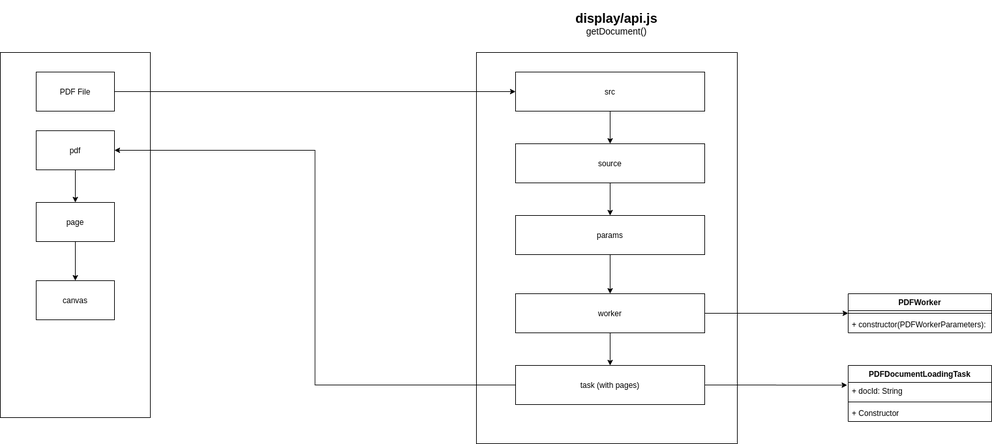
This is doc/deliverable1/CSCD01_HighLevelDiagram.png from CSCD01/team_22-project, a draw.io export, as it was before one commit. Source tidied: cells renumbered, new cells last; positions are measured from the earlier drawing's top-left corner, leaving out a move shared by most shapes.
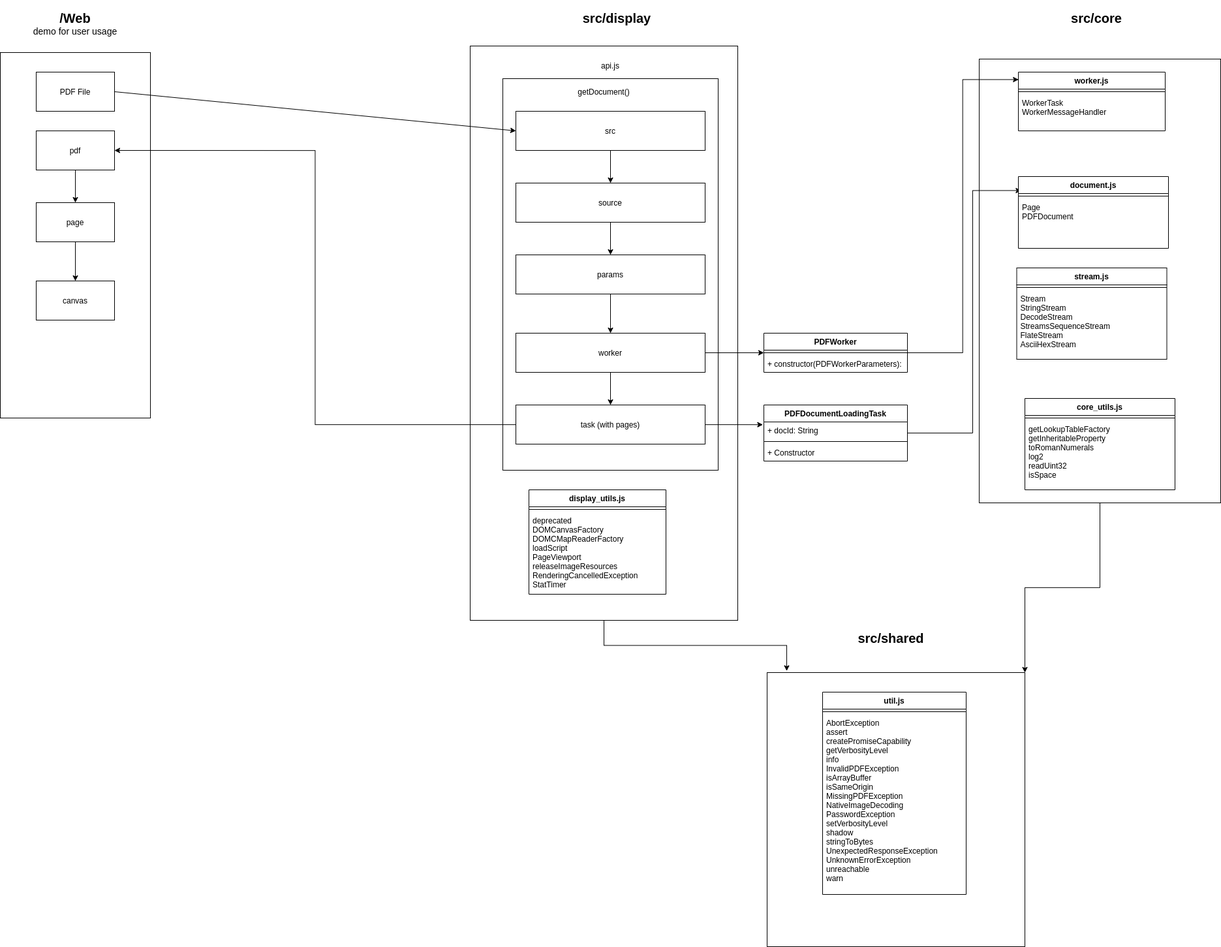
After the change.

Commit message:
update high level diagram

Diff of the diagram source:
```diff
@@ -8,8 +8,11 @@
     <mxCell id="3" value="PDF File" style="rounded=0;whiteSpace=wrap;html=1;" parent="1" vertex="1">
       <mxGeometry x="55" y="110" width="120" height="60" as="geometry" />
     </mxCell>
+    <mxCell id="31" style="edgeStyle=elbowEdgeStyle;rounded=0;jettySize=auto;html=1;elbow=vertical;entryX=0.076;entryY=-0.006;entryDx=0;entryDy=0;entryPerimeter=0;" parent="1" edge="1" source="4" target="38">
+      <mxGeometry relative="1" as="geometry" />
+    </mxCell>
-    <mxCell id="4" style="rounded=0;whiteSpace=wrap;html=1;" parent="1" vertex="1">
-      <mxGeometry x="730" y="80" width="400" height="600" as="geometry" />
+    <mxCell id="4" style="rounded=0;whiteSpace=wrap;html=1;shadow=0;glass=0;fillColor=none;" parent="1" vertex="1">
+      <mxGeometry x="720" y="70" width="410" height="880" as="geometry" />
     </mxCell>
     <mxCell id="5" style="endArrow=classic;html=1;exitX=1;exitY=0.5;exitDx=0;exitDy=0;entryX=0;entryY=0.5;entryDx=0;entryDy=0;" parent="1" edge="1" source="3" target="7">
       <mxGeometry relative="1" as="geometry" />
@@ -18,22 +21,22 @@
       <mxGeometry relative="1" as="geometry" />
     </mxCell>
     <mxCell id="7" value="src" style="rounded=0;whiteSpace=wrap;html=1;" parent="1" vertex="1">
-      <mxGeometry x="790" y="110" width="290" height="60" as="geometry" />
+      <mxGeometry x="790" y="170" width="290" height="60" as="geometry" />
     </mxCell>
-    <mxCell id="8" value="&lt;div&gt;&lt;font style=&quot;font-size: 20px&quot;&gt;&lt;b&gt;display/api.js&lt;/b&gt;&lt;br&gt;&lt;/font&gt;&lt;/div&gt;&lt;div style=&quot;font-size: 14px&quot;&gt;&lt;font style=&quot;font-size: 14px&quot;&gt;getDocument()&lt;br&gt;&lt;/font&gt;&lt;/div&gt;" style="text;html=1;strokeColor=none;fillColor=none;align=center;verticalAlign=middle;whiteSpace=wrap;rounded=0;" parent="1" vertex="1">
+    <mxCell id="8" value="&lt;div&gt;&lt;font style=&quot;font-size: 20px&quot;&gt;&lt;b&gt;src/display&lt;/b&gt;&lt;br&gt;&lt;/font&gt;&lt;/div&gt;&lt;div style=&quot;font-size: 14px&quot;&gt;&lt;font style=&quot;font-size: 14px&quot;&gt;&lt;br&gt;&lt;/font&gt;&lt;/div&gt;" style="text;html=1;strokeColor=none;fillColor=none;align=center;verticalAlign=middle;whiteSpace=wrap;rounded=0;" parent="1" vertex="1">
       <mxGeometry x="840" width="210" height="70" as="geometry" />
     </mxCell>
     <mxCell id="9" style="edgeStyle=orthogonalEdgeStyle;rounded=0;jettySize=auto;html=1;" parent="1" edge="1" source="10" target="12">
       <mxGeometry relative="1" as="geometry" />
     </mxCell>
     <mxCell id="10" value="source" style="rounded=0;whiteSpace=wrap;html=1;" parent="1" vertex="1">
-      <mxGeometry x="790" y="220" width="290" height="60" as="geometry" />
+      <mxGeometry x="790" y="280" width="290" height="60" as="geometry" />
     </mxCell>
     <mxCell id="11" style="edgeStyle=orthogonalEdgeStyle;rounded=0;jettySize=auto;html=1;entryX=0.5;entryY=0;entryDx=0;entryDy=0;" parent="1" edge="1" source="12" target="15">
       <mxGeometry relative="1" as="geometry" />
     </mxCell>
     <mxCell id="12" value="params" style="rounded=0;whiteSpace=wrap;html=1;" parent="1" vertex="1">
-      <mxGeometry x="790" y="330" width="290" height="60" as="geometry" />
+      <mxGeometry x="790" y="390" width="290" height="60" as="geometry" />
     </mxCell>
     <mxCell id="13" style="edgeStyle=orthogonalEdgeStyle;rounded=0;jettySize=auto;html=1;entryX=0.5;entryY=0;entryDx=0;entryDy=0;" parent="1" edge="1" source="15" target="18">
       <mxGeometry relative="1" as="geometry" />
@@ -42,7 +45,7 @@
       <mxGeometry relative="1" as="geometry" />
     </mxCell>
     <mxCell id="15" value="worker" style="rounded=0;whiteSpace=wrap;html=1;" parent="1" vertex="1">
-      <mxGeometry x="790" y="450" width="290" height="60" as="geometry" />
+      <mxGeometry x="790" y="510" width="290" height="60" as="geometry" />
     </mxCell>
     <mxCell id="16" style="edgeStyle=orthogonalEdgeStyle;rounded=0;jettySize=auto;html=1;entryX=1;entryY=0.5;entryDx=0;entryDy=0;" parent="1" edge="1" source="18" target="20">
       <mxGeometry relative="1" as="geometry" />
@@ -51,7 +54,7 @@
       <mxGeometry relative="1" as="geometry" />
     </mxCell>
     <mxCell id="18" value="task (with pages)" style="rounded=0;whiteSpace=wrap;html=1;" parent="1" vertex="1">
-      <mxGeometry x="790" y="560" width="290" height="60" as="geometry" />
+      <mxGeometry x="790" y="620" width="290" height="60" as="geometry" />
     </mxCell>
     <mxCell id="19" style="edgeStyle=orthogonalEdgeStyle;rounded=0;jettySize=auto;html=1;" parent="1" edge="1" source="20" target="22">
       <mxGeometry relative="1" as="geometry" />
@@ -68,8 +71,11 @@
     <mxCell id="23" value="canvas" style="rounded=0;whiteSpace=wrap;html=1;" parent="1" vertex="1">
       <mxGeometry x="55" y="430" width="120" height="60" as="geometry" />
     </mxCell>
+    <mxCell id="32" style="edgeStyle=elbowEdgeStyle;rounded=0;jettySize=auto;html=1;entryX=0.001;entryY=0.127;entryDx=0;entryDy=0;entryPerimeter=0;" parent="1" edge="1" source="24" target="52">
+      <mxGeometry relative="1" as="geometry" />
+    </mxCell>
     <mxCell id="24" value="PDFWorker" style="swimlane;fontStyle=1;align=center;verticalAlign=top;horizontal=1;startSize=26;" parent="1" vertex="1">
-      <mxGeometry x="1300" y="450" width="220" height="60" as="geometry" />
+      <mxGeometry x="1170" y="510" width="220" height="60" as="geometry" />
     </mxCell>
     <mxCell id="25" style="line;strokeWidth=1;fillColor=none;align=left;verticalAlign=middle;spacingTop=-1;spacingLeft=3;spacingRight=3;labelPosition=right;" parent="24" vertex="1">
       <mxGeometry y="26" width="220" height="8" as="geometry" />
@@ -77,8 +83,15 @@
     <mxCell id="26" value="+ constructor(PDFWorkerParameters): " style="text;strokeColor=none;fillColor=none;align=left;verticalAlign=top;spacingLeft=4;spacingRight=4;overflow=hidden;" parent="24" vertex="1">
       <mxGeometry y="34" width="220" height="26" as="geometry" />
     </mxCell>
+    <mxCell id="33" style="edgeStyle=elbowEdgeStyle;rounded=0;jettySize=auto;html=1;entryX=0.019;entryY=0.195;entryDx=0;entryDy=0;entryPerimeter=0;" parent="1" edge="1" source="27" target="49">
+      <mxGeometry relative="1" as="geometry">
+        <Array as="points">
+          <mxPoint x="1490" y="480" />
+        </Array>
+      </mxGeometry>
+    </mxCell>
     <mxCell id="27" value="PDFDocumentLoadingTask" style="swimlane;fontStyle=1;align=center;verticalAlign=top;horizontal=1;startSize=26;" parent="1" vertex="1">
-      <mxGeometry x="1300" y="560" width="220" height="86" as="geometry" />
+      <mxGeometry x="1170" y="620" width="220" height="86" as="geometry" />
     </mxCell>
     <mxCell id="28" value="+ docId: String" style="text;strokeColor=none;fillColor=none;align=left;verticalAlign=top;spacingLeft=4;spacingRight=4;overflow=hidden;points=[[0,0.5],[1,0.5]];portConstraint=eastwest;" parent="27" vertex="1">
       <mxGeometry y="26" width="220" height="26" as="geometry" />
@@ -89,5 +102,86 @@
     <mxCell id="30" value="+ Constructor" style="text;strokeColor=none;fillColor=none;align=left;verticalAlign=top;spacingLeft=4;spacingRight=4;overflow=hidden;" parent="27" vertex="1">
       <mxGeometry y="60" width="220" height="26" as="geometry" />
     </mxCell>
+    <mxCell id="34" value="&lt;div&gt;&lt;span style=&quot;font-size: 20px&quot;&gt;&lt;b&gt;/Web&lt;/b&gt;&lt;/span&gt;&lt;/div&gt;&lt;div&gt;&lt;font style=&quot;font-size: 14px&quot;&gt;demo for user usage&lt;/font&gt;&lt;/div&gt;" style="text;html=1;strokeColor=none;fillColor=none;align=center;verticalAlign=middle;whiteSpace=wrap;rounded=0;" parent="1" vertex="1">
+      <mxGeometry x="10" width="210" height="70" as="geometry" />
+    </mxCell>
+    <mxCell id="35" style="edgeStyle=elbowEdgeStyle;rounded=0;jettySize=auto;elbow=vertical;html=1;entryX=1;entryY=0;entryDx=0;entryDy=0;" parent="1" edge="1" source="36" target="38">
+      <mxGeometry relative="1" as="geometry" />
+    </mxCell>
+    <mxCell id="36" style="rounded=0;whiteSpace=wrap;html=1;fillColor=none;" parent="1" vertex="1">
+      <mxGeometry x="1500" y="90" width="370" height="680" as="geometry" />
+    </mxCell>
+    <mxCell id="37" value="&lt;div&gt;&lt;font style=&quot;font-size: 20px&quot;&gt;&lt;b&gt;src/core&lt;/b&gt;&lt;br&gt;&lt;/font&gt;&lt;/div&gt;&lt;div style=&quot;font-size: 14px&quot;&gt;&lt;font style=&quot;font-size: 14px&quot;&gt;&lt;br&gt;&lt;/font&gt;&lt;/div&gt;" style="text;html=1;strokeColor=none;fillColor=none;align=center;verticalAlign=middle;whiteSpace=wrap;rounded=0;" parent="1" vertex="1">
+      <mxGeometry x="1575" width="210" height="70" as="geometry" />
+    </mxCell>
+    <mxCell id="38" style="rounded=0;whiteSpace=wrap;html=1;fontStyle=1;" parent="1" vertex="1">
+      <mxGeometry x="1175" y="1030" width="395" height="420" as="geometry" />
+    </mxCell>
+    <mxCell id="39" value="&lt;div&gt;&lt;font style=&quot;font-size: 20px&quot;&gt;&lt;b&gt;src/shared&lt;/b&gt;&lt;br&gt;&lt;/font&gt;&lt;/div&gt;&lt;div style=&quot;font-size: 14px&quot;&gt;&lt;font style=&quot;font-size: 14px&quot;&gt;&lt;br&gt;&lt;/font&gt;&lt;/div&gt;" style="text;html=1;strokeColor=none;fillColor=none;align=center;verticalAlign=middle;whiteSpace=wrap;rounded=0;" parent="1" vertex="1">
+      <mxGeometry x="1260" y="950" width="210" height="70" as="geometry" />
+    </mxCell>
+    <mxCell id="40" value="util.js" style="swimlane;fontStyle=1;align=center;verticalAlign=top;horizontal=1;startSize=26;" parent="1" vertex="1">
+      <mxGeometry x="1260" y="1060" width="220" height="310" as="geometry" />
+    </mxCell>
+    <mxCell id="41" style="line;strokeWidth=1;fillColor=none;align=left;verticalAlign=middle;spacingTop=-1;spacingLeft=3;spacingRight=3;labelPosition=right;" parent="40" vertex="1">
+      <mxGeometry y="26" width="220" height="8" as="geometry" />
+    </mxCell>
+    <mxCell id="42" value="AbortException&#10;assert&#10;createPromiseCapability&#10;getVerbosityLevel&#10;info&#10;InvalidPDFException&#10;isArrayBuffer&#10;isSameOrigin&#10;MissingPDFException&#10;NativeImageDecoding&#10;PasswordException&#10;setVerbosityLevel&#10;shadow&#10;stringToBytes&#10;UnexpectedResponseException&#10;UnknownErrorException&#10;unreachable&#10;warn" style="text;strokeColor=none;fillColor=none;align=left;verticalAlign=top;spacingLeft=4;spacingRight=4;overflow=hidden;" parent="40" vertex="1">
+      <mxGeometry y="34" width="220" height="276" as="geometry" />
+    </mxCell>
+    <mxCell id="43" value="display_utils.js" style="swimlane;fontStyle=1;align=center;verticalAlign=top;horizontal=1;startSize=26;" parent="1" vertex="1">
+      <mxGeometry x="810" y="750" width="210" height="160" as="geometry" />
+    </mxCell>
+    <mxCell id="44" style="line;strokeWidth=1;fillColor=none;align=left;verticalAlign=middle;spacingTop=-1;spacingLeft=3;spacingRight=3;labelPosition=right;" parent="43" vertex="1">
+      <mxGeometry y="26" width="210" height="8" as="geometry" />
+    </mxCell>
+    <mxCell id="45" value="deprecated&#10;DOMCanvasFactory&#10;DOMCMapReaderFactory&#10;loadScript&#10;PageViewport&#10;releaseImageResources&#10;RenderingCancelledException&#10;StatTimer" style="text;strokeColor=none;fillColor=none;align=left;verticalAlign=top;spacingLeft=4;spacingRight=4;overflow=hidden;" parent="43" vertex="1">
+      <mxGeometry y="34" width="210" height="126" as="geometry" />
+    </mxCell>
+    <mxCell id="46" style="rounded=0;whiteSpace=wrap;html=1;shadow=0;glass=0;fillColor=none;" parent="1" vertex="1">
+      <mxGeometry x="770" y="120" width="330" height="600" as="geometry" />
+    </mxCell>
+    <mxCell id="47" value="getDocument()" style="text;html=1;strokeColor=none;fillColor=none;align=center;verticalAlign=middle;whiteSpace=wrap;rounded=0;shadow=0;glass=0;" parent="1" vertex="1">
+      <mxGeometry x="905" y="130" width="40" height="20" as="geometry" />
+    </mxCell>
+    <mxCell id="48" value="api.js" style="text;html=1;strokeColor=none;fillColor=none;align=center;verticalAlign=middle;whiteSpace=wrap;rounded=0;shadow=0;glass=0;" parent="1" vertex="1">
+      <mxGeometry x="915" y="90" width="40" height="20" as="geometry" />
+    </mxCell>
+    <mxCell id="49" value="document.js" style="swimlane;fontStyle=1;align=center;verticalAlign=top;horizontal=1;startSize=26;" parent="1" vertex="1">
+      <mxGeometry x="1560" y="270" width="230" height="110" as="geometry" />
+    </mxCell>
+    <mxCell id="50" style="line;strokeWidth=1;fillColor=none;align=left;verticalAlign=middle;spacingTop=-1;spacingLeft=3;spacingRight=3;labelPosition=right;" parent="49" vertex="1">
+      <mxGeometry y="26" width="230" height="8" as="geometry" />
+    </mxCell>
+    <mxCell id="51" value="Page&#10;PDFDocument&#10;" style="text;strokeColor=none;fillColor=none;align=left;verticalAlign=top;spacingLeft=4;spacingRight=4;overflow=hidden;" parent="49" vertex="1">
+      <mxGeometry y="34" width="230" height="76" as="geometry" />
+    </mxCell>
+    <mxCell id="52" value="worker.js" style="swimlane;fontStyle=1;align=center;verticalAlign=top;horizontal=1;startSize=26;" parent="1" vertex="1">
+      <mxGeometry x="1560" y="110" width="225" height="90" as="geometry" />
+    </mxCell>
+    <mxCell id="53" style="line;strokeWidth=1;fillColor=none;align=left;verticalAlign=middle;spacingTop=-1;spacingLeft=3;spacingRight=3;labelPosition=right;" parent="52" vertex="1">
+      <mxGeometry y="26" width="225" height="8" as="geometry" />
+    </mxCell>
+    <mxCell id="54" value="WorkerTask&#10;WorkerMessageHandler&#10;" style="text;strokeColor=none;fillColor=none;align=left;verticalAlign=top;spacingLeft=4;spacingRight=4;overflow=hidden;" parent="52" vertex="1">
+      <mxGeometry y="34" width="225" height="56" as="geometry" />
+    </mxCell>
+    <mxCell id="55" value="core_utils.js" style="swimlane;fontStyle=1;align=center;verticalAlign=top;horizontal=1;startSize=26;" parent="1" vertex="1">
+      <mxGeometry x="1570" y="610" width="230" height="140" as="geometry" />
+    </mxCell>
+    <mxCell id="56" style="line;strokeWidth=1;fillColor=none;align=left;verticalAlign=middle;spacingTop=-1;spacingLeft=3;spacingRight=3;labelPosition=right;" parent="55" vertex="1">
+      <mxGeometry y="26" width="230" height="8" as="geometry" />
+    </mxCell>
+    <mxCell id="57" value="getLookupTableFactory&#10;getInheritableProperty&#10;toRomanNumerals&#10;log2&#10;readUint32&#10;isSpace&#10;" style="text;strokeColor=none;fillColor=none;align=left;verticalAlign=top;spacingLeft=4;spacingRight=4;overflow=hidden;" parent="55" vertex="1">
+      <mxGeometry y="34" width="230" height="106" as="geometry" />
+    </mxCell>
+    <mxCell id="58" value="stream.js" style="swimlane;fontStyle=1;align=center;verticalAlign=top;horizontal=1;startSize=26;" parent="1" vertex="1">
+      <mxGeometry x="1557.5" y="410" width="230" height="140" as="geometry" />
+    </mxCell>
+    <mxCell id="59" style="line;strokeWidth=1;fillColor=none;align=left;verticalAlign=middle;spacingTop=-1;spacingLeft=3;spacingRight=3;labelPosition=right;" parent="58" vertex="1">
+      <mxGeometry y="26" width="230" height="8" as="geometry" />
+    </mxCell>
+    <mxCell id="60" value="Stream&#10;StringStream&#10;DecodeStream&#10;StreamsSequenceStream&#10;FlateStream&#10;AsciiHexStream&#10;" style="text;strokeColor=none;fillColor=none;align=left;verticalAlign=top;spacingLeft=4;spacingRight=4;overflow=hidden;" parent="58" vertex="1">
+      <mxGeometry y="34" width="230" height="106" as="geometry" />
+    </mxCell>
   </root>
 </mxGraphModel>
```
